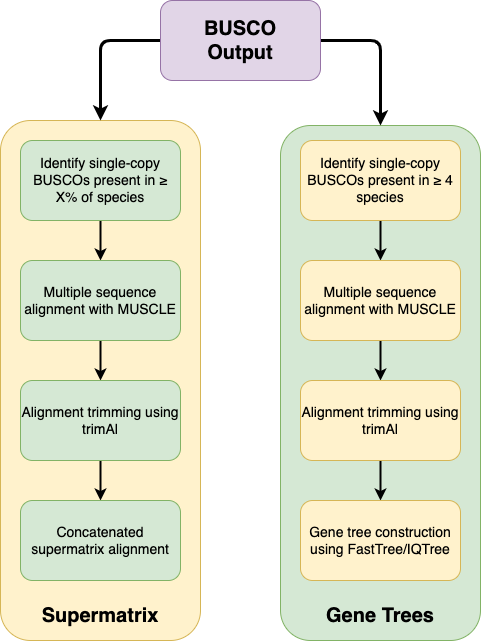
This is pipeline.png from jamiemcg/BUSCO_phylogenomics, a draw.io export, as it was before one commit. Source tidied: cells renumbered, new cells last; positions are measured from the earlier drawing's top-left corner, leaving out a move shared by most shapes.
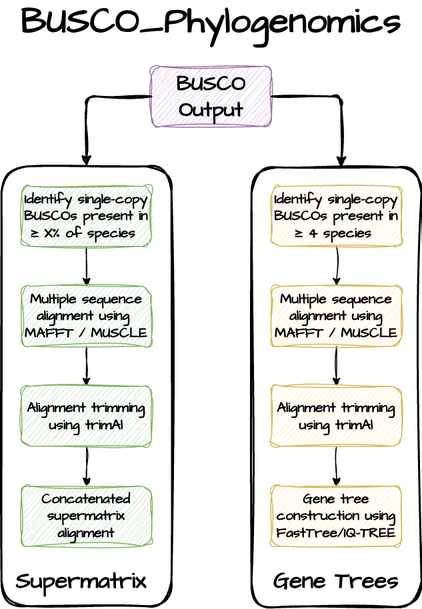
The same file after the commit.

The edit, as a diff of the source:
```diff
@@ -2,76 +2,79 @@
   <root>
     <mxCell id="0" />
     <mxCell id="1" parent="0" />
-    <mxCell id="2" style="rounded=1;whiteSpace=wrap;html=1;fontSize=20;fillColor=#d5e8d4;strokeColor=#82b366;gradientColor=none;" parent="1" vertex="1">
-      <mxGeometry x="280" y="125" width="200" height="515" as="geometry" />
-    </mxCell>
-    <mxCell id="3" style="rounded=1;whiteSpace=wrap;html=1;fontSize=20;fillColor=#fff2cc;strokeColor=#d6b656;" parent="1" vertex="1">
-      <mxGeometry y="120" width="200" height="520" as="geometry" />
-    </mxCell>
-    <mxCell id="4" style="edgeStyle=orthogonalEdgeStyle;rounded=1;jettySize=auto;html=1;entryX=0.5;entryY=0;entryDx=0;entryDy=0;fontSize=20;strokeWidth=3;" parent="1" edge="1" source="6" target="3">
-      <mxGeometry relative="1" as="geometry">
-        <Array as="points">
-          <mxPoint x="100" y="40" />
-        </Array>
-      </mxGeometry>
-    </mxCell>
-    <mxCell id="5" style="edgeStyle=orthogonalEdgeStyle;rounded=1;jettySize=auto;html=1;entryX=0.5;entryY=0;entryDx=0;entryDy=0;fontSize=20;strokeWidth=3;" parent="1" edge="1" source="6" target="2">
-      <mxGeometry relative="1" as="geometry">
-        <Array as="points">
-          <mxPoint x="380" y="40" />
-        </Array>
-      </mxGeometry>
-    </mxCell>
+    <mxCell id="23" style="rounded=1;whiteSpace=wrap;html=1;hachureGap=4;fontFamily=Architects Daughter;fontSource=https%3A%2F%2Ffonts.googleapis.com%2Fcss%3Ffamily%3DArchitects%2BDaughter;fillColor=none;strokeColor=#000000;sketch=1;curveFitting=1;jiggle=2;strokeWidth=2;" parent="1" vertex="1">
+      <mxGeometry x="280" y="-159" width="170" height="440" as="geometry" />
+    </mxCell>
+    <mxCell id="24" style="rounded=1;whiteSpace=wrap;html=1;hachureGap=4;fontFamily=Architects Daughter;fontSource=https%3A%2F%2Ffonts.googleapis.com%2Fcss%3Ffamily%3DArchitects%2BDaughter;fillColor=none;strokeColor=#000000;sketch=1;curveFitting=1;jiggle=2;strokeWidth=2;" parent="1" vertex="1">
+      <mxGeometry x="30" y="-160" width="170" height="440" as="geometry" />
+    </mxCell>
-    <mxCell id="6" value="BUSCO&lt;br style=&quot;font-size: 20px;&quot;&gt;Output" style="rounded=1;whiteSpace=wrap;html=1;fontSize=20;fillColor=#e1d5e7;strokeColor=#9673a6;fontStyle=1;gradientColor=none;" parent="1" vertex="1">
-      <mxGeometry x="160" width="160" height="80" as="geometry" />
+    <mxCell id="6" value="&lt;font style=&quot;font-size: 21px;&quot;&gt;&lt;b style=&quot;&quot;&gt;BUSCO&lt;/b&gt;&lt;/font&gt;&lt;div&gt;&lt;b style=&quot;&quot;&gt;&lt;font style=&quot;font-size: 21px;&quot;&gt;Output&lt;/font&gt;&lt;/b&gt;&lt;/div&gt;" style="rounded=1;whiteSpace=wrap;html=1;labelBackgroundColor=none;fillColor=#e1d5e7;strokeColor=#9673a6;shadow=0;glass=0;sketch=1;curveFitting=1;jiggle=2;fontFamily=Architects Daughter;fontSource=https%3A%2F%2Ffonts.googleapis.com%2Fcss%3Ffamily%3DArchitects%2BDaughter;" parent="1" vertex="1">
+      <mxGeometry x="180" y="-260" width="120" height="60" as="geometry" />
     </mxCell>
-    <mxCell id="7" style="edgeStyle=orthogonalEdgeStyle;rounded=1;jettySize=auto;html=1;entryX=0.5;entryY=0;entryDx=0;entryDy=0;fontSize=20;strokeWidth=2;" parent="1" edge="1" source="8" target="10">
-      <mxGeometry relative="1" as="geometry" />
-    </mxCell>
+    <mxCell id="25" style="edgeStyle=orthogonalEdgeStyle;rounded=1;sketch=1;hachureGap=4;jiggle=2;curveFitting=1;jettySize=auto;html=1;entryX=0.5;entryY=0;entryDx=0;entryDy=0;fontFamily=Architects Daughter;fontSource=https%3A%2F%2Ffonts.googleapis.com%2Fcss%3Ffamily%3DArchitects%2BDaughter;" parent="1" edge="1" source="8" target="27">
+      <mxGeometry relative="1" as="geometry" />
+    </mxCell>
-    <mxCell id="8" value="Identify single-copy BUSCOs present in ≥ X% of species" style="rounded=1;whiteSpace=wrap;html=1;fontSize=14;align=center;verticalAlign=middle;fillColor=#d5e8d4;strokeColor=#82b366;" parent="1" vertex="1">
-      <mxGeometry x="20" y="140" width="160" height="80" as="geometry" />
+    <mxCell id="8" value="&lt;b&gt;&lt;font&gt;Identify single-copy BUSCOs present in&lt;br&gt;&lt;/font&gt;&lt;/b&gt;&lt;div&gt;&lt;span style=&quot;background-color: transparent;&quot;&gt;&lt;b&gt;≥ X% of species&lt;/b&gt;&lt;/span&gt;&lt;b&gt;&lt;font&gt;&amp;nbsp;&lt;/font&gt;&lt;/b&gt;&lt;/div&gt;" style="rounded=1;whiteSpace=wrap;html=1;sketch=1;curveFitting=1;jiggle=2;glass=0;labelBackgroundColor=none;fillColor=#d5e8d4;strokeColor=#82b366;fontFamily=Architects Daughter;fontSource=https%3A%2F%2Ffonts.googleapis.com%2Fcss%3Ffamily%3DArchitects%2BDaughter;fontSize=14;" parent="1" vertex="1">
+      <mxGeometry x="50" y="-140" width="130" height="60" as="geometry" />
     </mxCell>
-    <mxCell id="9" style="edgeStyle=orthogonalEdgeStyle;rounded=1;jettySize=auto;html=1;entryX=0.5;entryY=0;entryDx=0;entryDy=0;fontSize=20;strokeWidth=2;" parent="1" edge="1" source="10" target="12">
-      <mxGeometry relative="1" as="geometry" />
-    </mxCell>
-    <mxCell id="10" value="Multiple sequence alignment with MUSCLE" style="rounded=1;whiteSpace=wrap;html=1;fontSize=14;align=center;verticalAlign=middle;fillColor=#d5e8d4;strokeColor=#82b366;" parent="1" vertex="1">
-      <mxGeometry x="20" y="260" width="160" height="80" as="geometry" />
-    </mxCell>
-    <mxCell id="11" style="edgeStyle=orthogonalEdgeStyle;rounded=1;jettySize=auto;html=1;entryX=0.5;entryY=0;entryDx=0;entryDy=0;fontSize=20;strokeWidth=2;" parent="1" edge="1" source="12" target="13">
-      <mxGeometry relative="1" as="geometry" />
-    </mxCell>
-    <mxCell id="12" value="Alignment trimming using trimAl" style="rounded=1;whiteSpace=wrap;html=1;fontSize=14;align=center;verticalAlign=middle;fillColor=#d5e8d4;strokeColor=#82b366;" parent="1" vertex="1">
-      <mxGeometry x="20" y="380" width="160" height="80" as="geometry" />
-    </mxCell>
+    <mxCell id="26" style="edgeStyle=orthogonalEdgeStyle;rounded=1;sketch=1;hachureGap=4;jiggle=2;curveFitting=1;jettySize=auto;html=1;entryX=0.5;entryY=0;entryDx=0;entryDy=0;fontFamily=Architects Daughter;fontSource=https%3A%2F%2Ffonts.googleapis.com%2Fcss%3Ffamily%3DArchitects%2BDaughter;" parent="1" edge="1" source="27" target="29">
+      <mxGeometry relative="1" as="geometry" />
+    </mxCell>
+    <mxCell id="27" value="&lt;b&gt;Multiple sequence alignment using&amp;nbsp;&lt;/b&gt;&lt;div&gt;&lt;b&gt;MAFFT / MUSCLE&lt;/b&gt;&lt;/div&gt;" style="rounded=1;whiteSpace=wrap;html=1;sketch=1;curveFitting=1;jiggle=2;labelBackgroundColor=none;fillColor=#d5e8d4;strokeColor=#82b366;fontFamily=Architects Daughter;fontSource=https%3A%2F%2Ffonts.googleapis.com%2Fcss%3Ffamily%3DArchitects%2BDaughter;fontSize=14;" parent="1" vertex="1">
+      <mxGeometry x="50" y="-40" width="130" height="60" as="geometry" />
+    </mxCell>
+    <mxCell id="28" style="edgeStyle=orthogonalEdgeStyle;rounded=1;sketch=1;hachureGap=4;jiggle=2;curveFitting=1;jettySize=auto;html=1;entryX=0.5;entryY=0;entryDx=0;entryDy=0;fontFamily=Architects Daughter;fontSource=https%3A%2F%2Ffonts.googleapis.com%2Fcss%3Ffamily%3DArchitects%2BDaughter;" parent="1" edge="1" source="29" target="13">
+      <mxGeometry relative="1" as="geometry" />
+    </mxCell>
+    <mxCell id="29" value="&lt;b&gt;Alignment trimming using trimAl&lt;/b&gt;" style="rounded=1;whiteSpace=wrap;html=1;sketch=1;curveFitting=1;jiggle=2;labelBackgroundColor=none;fillColor=#d5e8d4;strokeColor=#82b366;fontFamily=Architects Daughter;fontSource=https%3A%2F%2Ffonts.googleapis.com%2Fcss%3Ffamily%3DArchitects%2BDaughter;fontSize=14;" parent="1" vertex="1">
+      <mxGeometry x="50" y="60" width="130" height="60" as="geometry" />
+    </mxCell>
-    <mxCell id="13" value="Concatenated supermatrix alignment" style="rounded=1;whiteSpace=wrap;html=1;fontSize=14;align=center;verticalAlign=middle;fillColor=#d5e8d4;strokeColor=#82b366;" parent="1" vertex="1">
-      <mxGeometry x="20" y="500" width="160" height="80" as="geometry" />
+    <mxCell id="13" value="&lt;b&gt;Concatenated supermatrix alignment&lt;/b&gt;" style="rounded=1;whiteSpace=wrap;html=1;sketch=1;curveFitting=1;jiggle=2;labelBackgroundColor=none;fillColor=#d5e8d4;strokeColor=#82b366;fontFamily=Architects Daughter;fontSource=https%3A%2F%2Ffonts.googleapis.com%2Fcss%3Ffamily%3DArchitects%2BDaughter;fontSize=14;" parent="1" vertex="1">
+      <mxGeometry x="50" y="160" width="130" height="60" as="geometry" />
     </mxCell>
-    <mxCell id="14" style="edgeStyle=orthogonalEdgeStyle;rounded=1;jettySize=auto;html=1;fontSize=20;strokeWidth=2;" parent="1" edge="1" source="15" target="17">
-      <mxGeometry relative="1" as="geometry" />
-    </mxCell>
+    <mxCell id="30" style="edgeStyle=orthogonalEdgeStyle;rounded=1;sketch=1;hachureGap=4;jiggle=2;curveFitting=1;jettySize=auto;html=1;fontFamily=Architects Daughter;fontSource=https%3A%2F%2Ffonts.googleapis.com%2Fcss%3Ffamily%3DArchitects%2BDaughter;" parent="1" edge="1" source="15" target="32">
+      <mxGeometry relative="1" as="geometry" />
+    </mxCell>
-    <mxCell id="15" value="Identify single-copy BUSCOs present in ≥ 4 species" style="rounded=1;whiteSpace=wrap;html=1;fontSize=14;align=center;verticalAlign=middle;fillColor=#fff2cc;strokeColor=#d6b656;" parent="1" vertex="1">
-      <mxGeometry x="300" y="140" width="160" height="80" as="geometry" />
+    <mxCell id="15" value="&lt;b&gt;&lt;font&gt;Identify single-copy BUSCOs present in&lt;br&gt;&lt;/font&gt;&lt;/b&gt;&lt;div&gt;&lt;span style=&quot;background-color: transparent;&quot;&gt;&lt;b&gt;≥ 4 species&lt;/b&gt;&lt;/span&gt;&lt;b&gt;&lt;font&gt;&amp;nbsp;&lt;/font&gt;&lt;/b&gt;&lt;/div&gt;" style="rounded=1;whiteSpace=wrap;html=1;sketch=1;curveFitting=1;jiggle=2;labelBackgroundColor=none;fillColor=#fff2cc;strokeColor=#d6b656;fontFamily=Architects Daughter;fontSource=https%3A%2F%2Ffonts.googleapis.com%2Fcss%3Ffamily%3DArchitects%2BDaughter;fontSize=14;" parent="1" vertex="1">
+      <mxGeometry x="300" y="-140" width="130" height="60" as="geometry" />
     </mxCell>
-    <mxCell id="16" style="edgeStyle=orthogonalEdgeStyle;rounded=1;jettySize=auto;html=1;entryX=0.5;entryY=0;entryDx=0;entryDy=0;fontSize=20;strokeWidth=2;" parent="1" edge="1" source="17" target="19">
-      <mxGeometry relative="1" as="geometry" />
-    </mxCell>
-    <mxCell id="17" value="Multiple sequence alignment with MUSCLE" style="rounded=1;whiteSpace=wrap;html=1;fontSize=14;align=center;verticalAlign=middle;fillColor=#fff2cc;strokeColor=#d6b656;" parent="1" vertex="1">
-      <mxGeometry x="300" y="260" width="160" height="80" as="geometry" />
-    </mxCell>
-    <mxCell id="18" style="edgeStyle=orthogonalEdgeStyle;rounded=1;jettySize=auto;html=1;entryX=0.5;entryY=0;entryDx=0;entryDy=0;fontSize=20;strokeWidth=2;" parent="1" edge="1" source="19" target="20">
-      <mxGeometry relative="1" as="geometry" />
-    </mxCell>
-    <mxCell id="19" value="Alignment trimming using trimAl" style="rounded=1;whiteSpace=wrap;html=1;fontSize=14;align=center;verticalAlign=middle;fillColor=#fff2cc;strokeColor=#d6b656;" parent="1" vertex="1">
-      <mxGeometry x="300" y="380" width="160" height="80" as="geometry" />
-    </mxCell>
-    <mxCell id="20" value="Gene tree construction using FastTree/IQTree" style="rounded=1;whiteSpace=wrap;html=1;fontSize=14;align=center;verticalAlign=middle;fillColor=#fff2cc;strokeColor=#d6b656;" parent="1" vertex="1">
-      <mxGeometry x="300" y="500" width="160" height="80" as="geometry" />
-    </mxCell>
+    <mxCell id="31" style="edgeStyle=orthogonalEdgeStyle;rounded=1;sketch=1;hachureGap=4;jiggle=2;curveFitting=1;jettySize=auto;html=1;entryX=0.5;entryY=0;entryDx=0;entryDy=0;fontFamily=Architects Daughter;fontSource=https%3A%2F%2Ffonts.googleapis.com%2Fcss%3Ffamily%3DArchitects%2BDaughter;" parent="1" edge="1" source="32" target="34">
+      <mxGeometry relative="1" as="geometry" />
+    </mxCell>
+    <mxCell id="32" value="&lt;b&gt;Multiple sequence alignment using&lt;/b&gt;&lt;div&gt;&lt;b&gt;MAFFT / MUSCLE&lt;/b&gt;&lt;/div&gt;" style="rounded=1;whiteSpace=wrap;html=1;sketch=1;curveFitting=1;jiggle=2;labelBackgroundColor=none;fillColor=#fff2cc;strokeColor=#d6b656;fontFamily=Architects Daughter;fontSource=https%3A%2F%2Ffonts.googleapis.com%2Fcss%3Ffamily%3DArchitects%2BDaughter;fontSize=14;" parent="1" vertex="1">
+      <mxGeometry x="300" y="-40" width="130" height="60" as="geometry" />
+    </mxCell>
+    <mxCell id="33" style="edgeStyle=orthogonalEdgeStyle;rounded=1;sketch=1;hachureGap=4;jiggle=2;curveFitting=1;jettySize=auto;html=1;entryX=0.5;entryY=0;entryDx=0;entryDy=0;fontFamily=Architects Daughter;fontSource=https%3A%2F%2Ffonts.googleapis.com%2Fcss%3Ffamily%3DArchitects%2BDaughter;" parent="1" edge="1" source="34" target="35">
+      <mxGeometry relative="1" as="geometry" />
+    </mxCell>
+    <mxCell id="34" value="&lt;b&gt;Alignment trimming using trimAl&lt;/b&gt;" style="rounded=1;whiteSpace=wrap;html=1;sketch=1;curveFitting=1;jiggle=2;labelBackgroundColor=none;fillColor=#fff2cc;strokeColor=#d6b656;fontFamily=Architects Daughter;fontSource=https%3A%2F%2Ffonts.googleapis.com%2Fcss%3Ffamily%3DArchitects%2BDaughter;fontSize=14;" parent="1" vertex="1">
+      <mxGeometry x="300" y="60" width="130" height="60" as="geometry" />
+    </mxCell>
+    <mxCell id="35" value="&lt;b&gt;Gene tree construction using FastTree/IQ-TREE&lt;/b&gt;" style="rounded=1;whiteSpace=wrap;html=1;sketch=1;curveFitting=1;jiggle=2;labelBackgroundColor=none;fillColor=#fff2cc;strokeColor=#d6b656;fontFamily=Architects Daughter;fontSource=https%3A%2F%2Ffonts.googleapis.com%2Fcss%3Ffamily%3DArchitects%2BDaughter;fontSize=14;" parent="1" vertex="1">
+      <mxGeometry x="300" y="160" width="130" height="60" as="geometry" />
+    </mxCell>
-    <mxCell id="21" value="Supermatrix" style="text;html=1;strokeColor=none;fillColor=none;align=center;verticalAlign=middle;whiteSpace=wrap;rounded=0;fontSize=20;fontStyle=1;" parent="1" vertex="1">
-      <mxGeometry x="70" y="600" width="60" height="30" as="geometry" />
+    <mxCell id="21" value="&lt;font&gt;Supermatrix&lt;/font&gt;" style="text;html=1;whiteSpace=wrap;strokeColor=none;fillColor=none;align=center;verticalAlign=middle;rounded=0;fontFamily=Architects Daughter;fontSource=https%3A%2F%2Ffonts.googleapis.com%2Fcss%3Ffamily%3DArchitects%2BDaughter;fontStyle=1;fontSize=23;" parent="1" vertex="1">
+      <mxGeometry x="80" y="240" width="60" height="30" as="geometry" />
     </mxCell>
-    <mxCell id="22" value="Gene Trees" style="text;html=1;strokeColor=none;fillColor=none;align=center;verticalAlign=middle;whiteSpace=wrap;rounded=0;fontSize=20;fontStyle=1;" parent="1" vertex="1">
-      <mxGeometry x="325" y="600" width="110" height="30" as="geometry" />
+    <mxCell id="22" value="&lt;font&gt;Gene Trees&lt;/font&gt;" style="text;html=1;whiteSpace=wrap;strokeColor=none;fillColor=none;align=center;verticalAlign=middle;rounded=0;fontFamily=Architects Daughter;fontSource=https%3A%2F%2Ffonts.googleapis.com%2Fcss%3Ffamily%3DArchitects%2BDaughter;fontStyle=1;fontSize=23;" parent="1" vertex="1">
+      <mxGeometry x="290" y="240" width="150" height="30" as="geometry" />
     </mxCell>
+    <mxCell id="36" style="edgeStyle=orthogonalEdgeStyle;rounded=1;sketch=1;hachureGap=4;jiggle=2;curveFitting=1;jettySize=auto;html=1;entryX=0.5;entryY=0;entryDx=0;entryDy=0;fontFamily=Architects Daughter;fontSource=https%3A%2F%2Ffonts.googleapis.com%2Fcss%3Ffamily%3DArchitects%2BDaughter;strokeWidth=2;" parent="1" edge="1" source="6" target="24">
+      <mxGeometry relative="1" as="geometry">
+        <Array as="points">
+          <mxPoint x="115" y="-230" />
+        </Array>
+      </mxGeometry>
+    </mxCell>
+    <mxCell id="37" style="edgeStyle=orthogonalEdgeStyle;rounded=1;sketch=1;hachureGap=4;jiggle=2;curveFitting=1;jettySize=auto;html=1;entryX=0.529;entryY=0;entryDx=0;entryDy=0;entryPerimeter=0;fontFamily=Architects Daughter;fontSource=https%3A%2F%2Ffonts.googleapis.com%2Fcss%3Ffamily%3DArchitects%2BDaughter;strokeWidth=2;" parent="1" edge="1" source="6" target="23">
+      <mxGeometry relative="1" as="geometry">
+        <Array as="points">
+          <mxPoint x="370" y="-230" />
+        </Array>
+      </mxGeometry>
+    </mxCell>
+    <mxCell id="38" value="&lt;font style=&quot;font-size: 36px;&quot;&gt;&lt;b&gt;BUSCO_Phylogenomics&lt;/b&gt;&lt;/font&gt;" style="text;html=1;whiteSpace=wrap;strokeColor=none;fillColor=none;align=center;verticalAlign=middle;rounded=0;fontFamily=Architects Daughter;fontSource=https%3A%2F%2Ffonts.googleapis.com%2Fcss%3Ffamily%3DArchitects%2BDaughter;" parent="1" vertex="1">
+      <mxGeometry x="210" y="-320" width="60" height="30" as="geometry" />
+    </mxCell>
   </root>
 </mxGraphModel>
```
